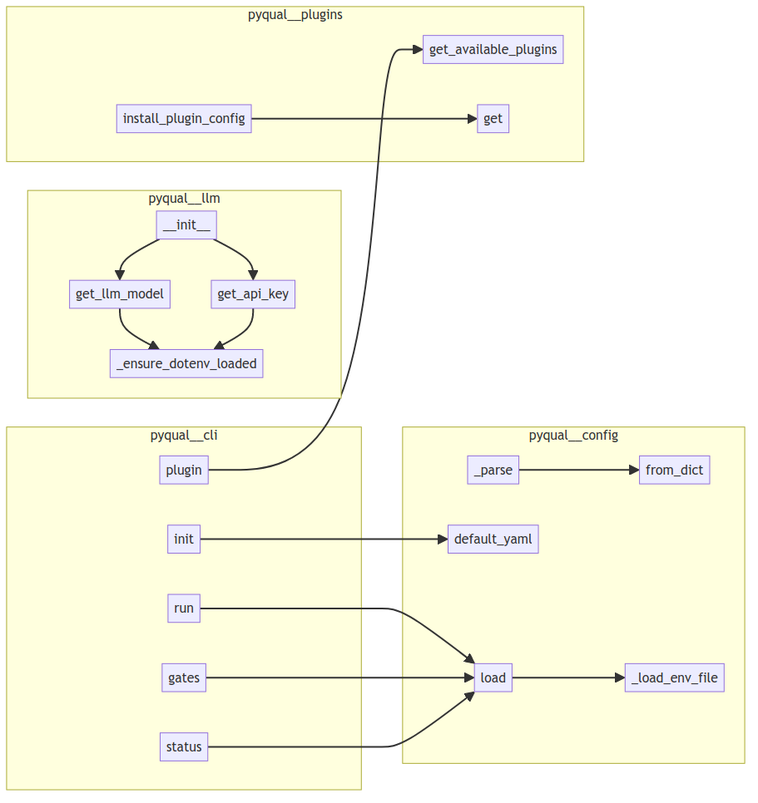
semcod/pyqual keeps this Mermaid diagram as project/calls.png. Above is the earlier version. Its source is kept beside it as project/calls.mmd.
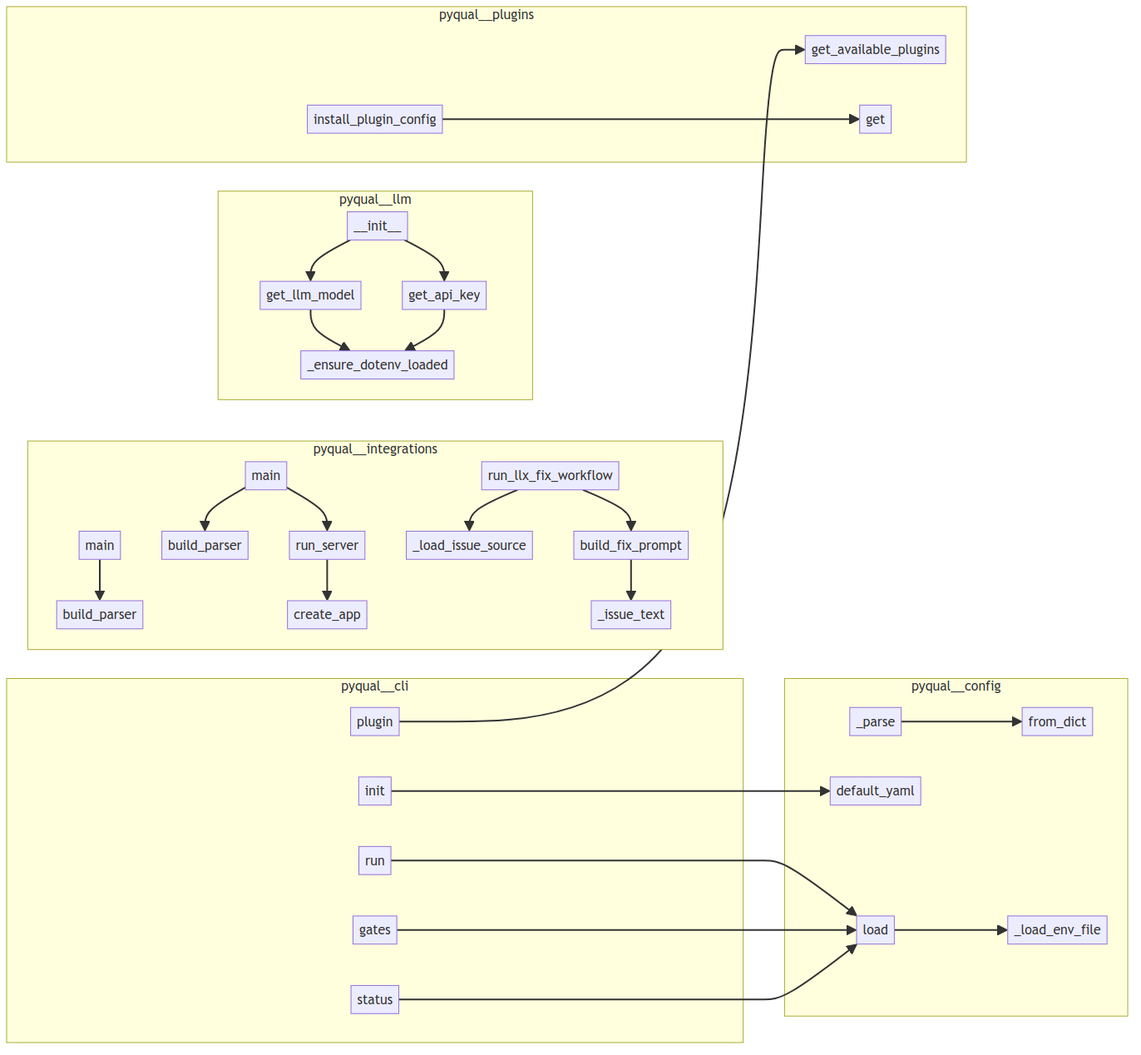
The same file after the commit.

The edit, as a diff of the source:
```diff
@@ -1,10 +1,10 @@
 flowchart LR
     subgraph pyqual__cli
+        pyqual__cli__init["init"]
+        pyqual__cli__gates["gates"]
+        pyqual__cli__run["run"]
         pyqual__cli__status["status"]
-        pyqual__cli__gates["gates"]
         pyqual__cli__plugin["plugin"]
-        pyqual__cli__init["init"]
-        pyqual__cli__run["run"]
     end
     subgraph pyqual__config
         pyqual__config__PyqualConfig___parse["_parse"]
@@ -13,26 +13,45 @@
         pyqual__config__PyqualConfig__load["load"]
         pyqual__config___load_env_file["_load_env_file"]
     end
+    subgraph pyqual__integrations
+        pyqual__integrations__llx_mcp__build_parser["build_parser"]
+        pyqual__integrations__llx_mcp__run_llx_fix_workflow["run_llx_fix_workflow"]
+        pyqual__integrations__llx_mcp_service__main["main"]
+        pyqual__integrations__llx_mcp_service__build_parser["build_parser"]
+        pyqual__integrations__llx_mcp_service__create_app["create_app"]
+        pyqual__integrations__llx_mcp_service__run_server["run_server"]
+        pyqual__integrations__llx_mcp___load_issue_source["_load_issue_source"]
+        pyqual__integrations__llx_mcp___issue_text["_issue_text"]
+        pyqual__integrations__llx_mcp__build_fix_prompt["build_fix_prompt"]
+        pyqual__integrations__llx_mcp__main["main"]
+    end
     subgraph pyqual__llm
         pyqual__llm__LLM____init__["__init__"]
+        pyqual__llm___ensure_dotenv_loaded["_ensure_dotenv_loaded"]
         pyqual__llm__get_api_key["get_api_key"]
         pyqual__llm__get_llm_model["get_llm_model"]
-        pyqual__llm___ensure_dotenv_loaded["_ensure_dotenv_loaded"]
     end
     subgraph pyqual__plugins
+        pyqual__plugins__install_plugin_config["install_plugin_config"]
         pyqual__plugins__get_available_plugins["get_available_plugins"]
         pyqual__plugins__PluginRegistry__get["get"]
-        pyqual__plugins__install_plugin_config["install_plugin_config"]
     end
-    pyqual__cli__init --> pyqual__config__PyqualConfig__default_yaml
-    pyqual__cli__run --> pyqual__config__PyqualConfig__load
-    pyqual__cli__gates --> pyqual__config__PyqualConfig__load
-    pyqual__cli__status --> pyqual__config__PyqualConfig__load
-    pyqual__cli__plugin --> pyqual__plugins__get_available_plugins
     pyqual__config__PyqualConfig__load --> pyqual__config___load_env_file
     pyqual__config__PyqualConfig___parse --> pyqual__config__GateConfig__from_dict
     pyqual__llm__get_llm_model --> pyqual__llm___ensure_dotenv_loaded
     pyqual__llm__get_api_key --> pyqual__llm___ensure_dotenv_loaded
     pyqual__llm__LLM____init__ --> pyqual__llm__get_llm_model
     pyqual__llm__LLM____init__ --> pyqual__llm__get_api_key
+    pyqual__integrations__llx_mcp_service__run_server --> pyqual__integrations__llx_mcp_service__create_app
+    pyqual__integrations__llx_mcp_service__main --> pyqual__integrations__llx_mcp_service__build_parser
+    pyqual__integrations__llx_mcp_service__main --> pyqual__integrations__llx_mcp_service__run_server
     pyqual__plugins__install_plugin_config --> pyqual__plugins__PluginRegistry__get
+    pyqual__cli__init --> pyqual__config__PyqualConfig__default_yaml
+    pyqual__cli__run --> pyqual__config__PyqualConfig__load
+    pyqual__cli__gates --> pyqual__config__PyqualConfig__load
+    pyqual__cli__status --> pyqual__config__PyqualConfig__load
+    pyqual__cli__plugin --> pyqual__plugins__get_available_plugins
+    pyqual__integrations__llx_mcp__build_fix_prompt --> pyqual__integrations__llx_mcp___issue_text
+    pyqual__integrations__llx_mcp__run_llx_fix_workflow --> pyqual__integrations__llx_mcp___load_issue_source
+    pyqual__integrations__llx_mcp__run_llx_fix_workflow --> pyqual__integrations__llx_mcp__build_fix_prompt
+    pyqual__integrations__llx_mcp__main --> pyqual__integrations__llx_mcp__build_parser
```
